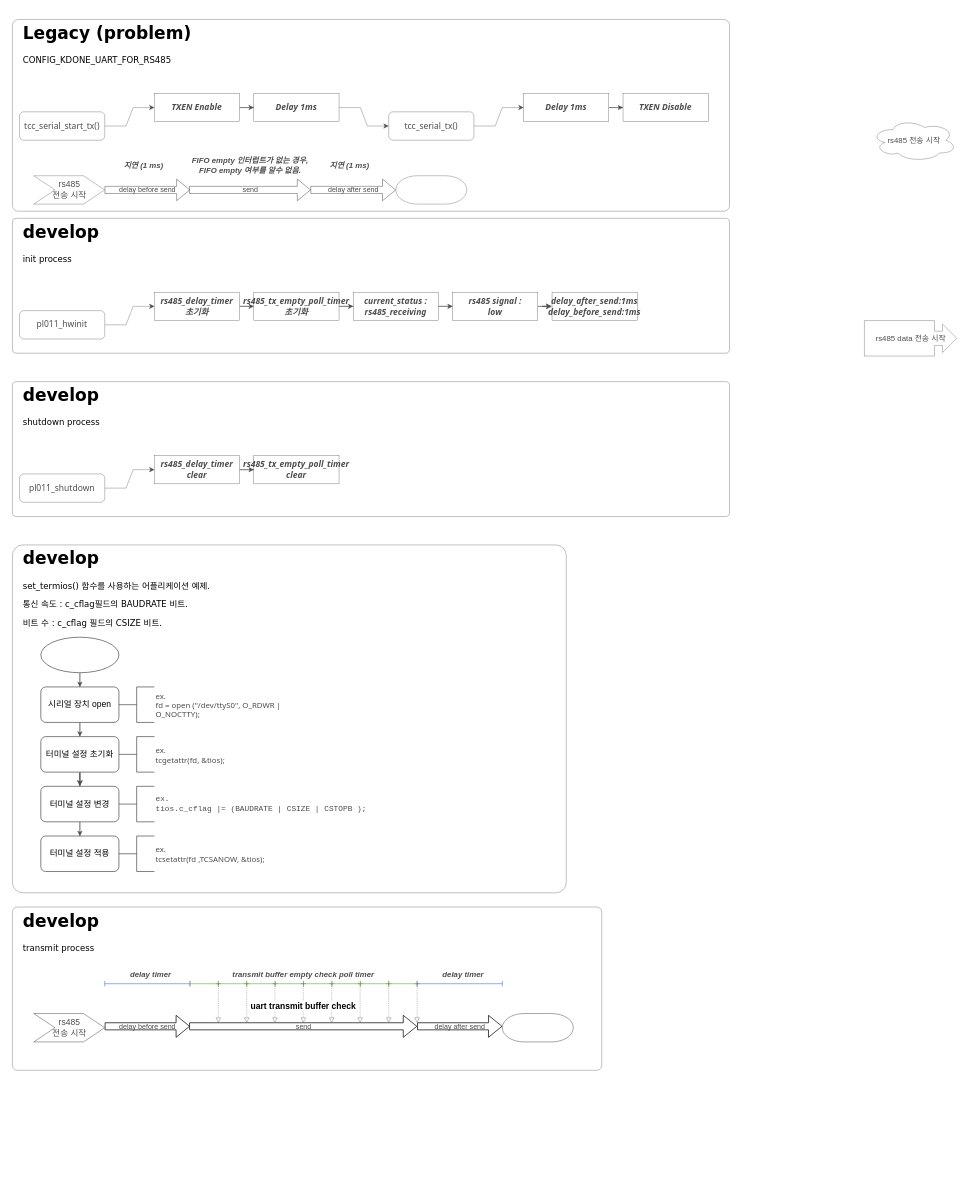
lchy0113/tcc_develop keeps this draw.io diagram as drawio/AMBA-PL011_RS485.drawio. Above is the earlier version. Source tidied: cells renumbered, new cells numbered last; positions are measured from the earlier drawing's top-left corner, leaving out a move shared by most shapes. Both pictures are drawn from the tidied source at 71%, with x=0, y=0 at pixel (12, 19).
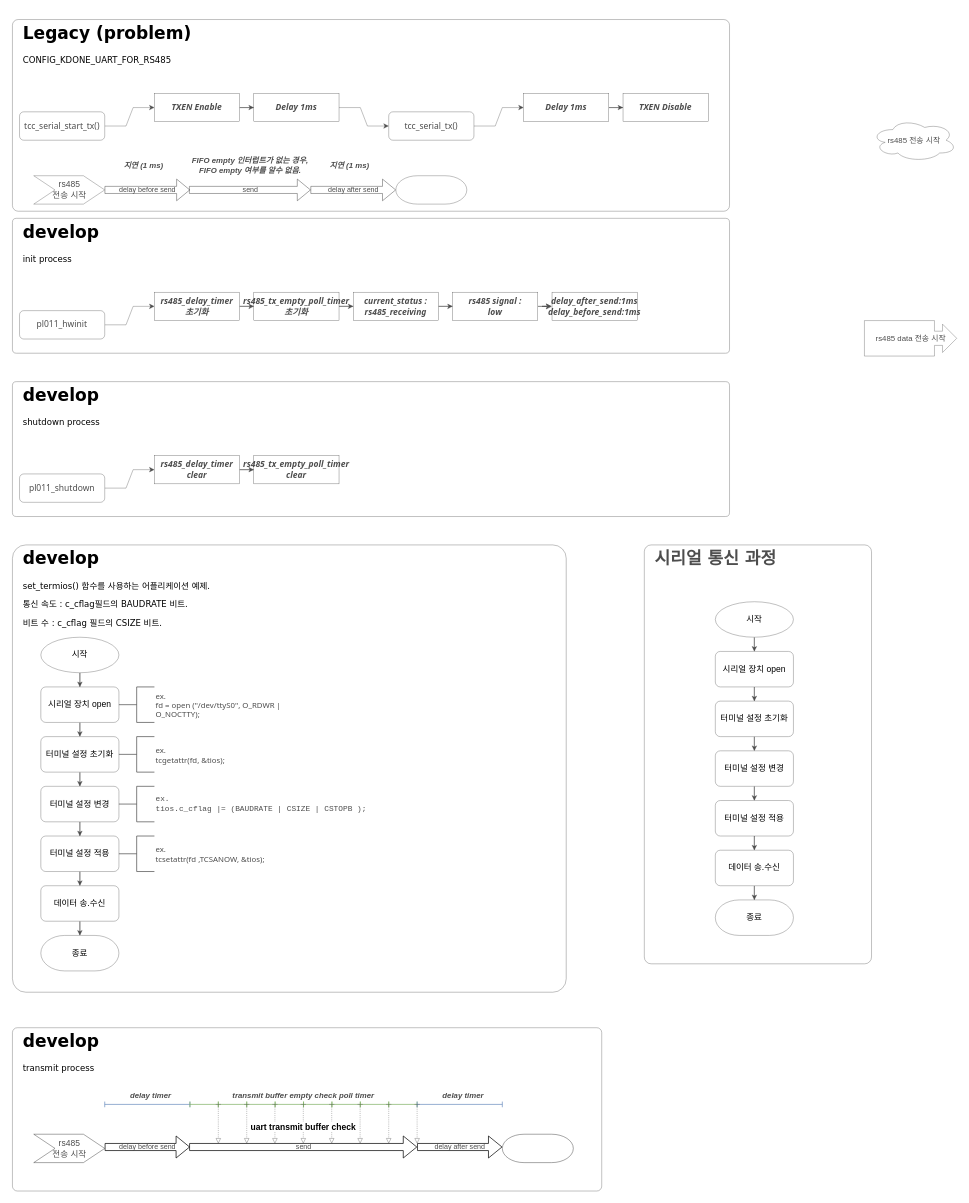
The same diagram, later.

What changed in the source:
```diff
@@
     <mxCell id="38" style="rounded=1;whiteSpace=wrap;html=1;arcSize=3;strokeWidth=0.5;strokeColor=#4D4D4D;" parent="1" vertex="1">
-      <mxGeometry y="740" width="780" height="490" as="geometry" />
+      <mxGeometry y="740" width="780" height="630" as="geometry" />
     </mxCell>
@@
-    <mxCell id="41" style="strokeWidth=1;html=1;shape=mxgraph.flowchart.start_1;whiteSpace=wrap;strokeColor=#4D4D4D;" parent="1" vertex="1">
+    <mxCell id="41" value="시작" style="strokeWidth=0.5;html=1;shape=mxgraph.flowchart.start_1;whiteSpace=wrap;strokeColor=#4D4D4D;" parent="1" vertex="1">
       <mxGeometry x="40" y="870" width="110" height="50" as="geometry" />
     </mxCell>
@@
-    <mxCell id="43" value="시리얼 장치 open" style="rounded=1;whiteSpace=wrap;html=1;absoluteArcSize=1;arcSize=14;strokeWidth=1;strokeColor=#4D4D4D;" parent="1" vertex="1">
+    <mxCell id="43" value="시리얼 장치 open" style="rounded=1;whiteSpace=wrap;html=1;absoluteArcSize=1;arcSize=14;strokeWidth=0.5;strokeColor=#4D4D4D;" parent="1" vertex="1">
       <mxGeometry x="40" y="940" width="110" height="50" as="geometry" />
     </mxCell>
-    <mxCell id="44" style="edgeStyle=orthogonalEdgeStyle;rounded=0;jettySize=auto;html=1;strokeColor=#4D4D4D;" parent="1" edge="1" source="45" target="51">
+    <mxCell id="44" style="edgeStyle=orthogonalEdgeStyle;rounded=0;jettySize=auto;html=1;strokeColor=#4D4D4D;strokeWidth=0.5;" parent="1" edge="1" source="45" target="51">
       <mxGeometry relative="1" as="geometry" />
     </mxCell>
-    <mxCell id="45" value="터미널 설정 초기화" style="rounded=1;whiteSpace=wrap;html=1;absoluteArcSize=1;arcSize=14;strokeWidth=1;strokeColor=#4D4D4D;" parent="1" vertex="1">
+    <mxCell id="45" value="터미널 설정 초기화" style="rounded=1;whiteSpace=wrap;html=1;absoluteArcSize=1;arcSize=14;strokeWidth=0.5;strokeColor=#4D4D4D;" parent="1" vertex="1">
       <mxGeometry x="40" y="1010" width="110" height="50" as="geometry" />
     </mxCell>
@@
-    <mxCell id="51" value="터미널 설정 변경" style="rounded=1;whiteSpace=wrap;html=1;absoluteArcSize=1;arcSize=14;strokeWidth=1;strokeColor=#4D4D4D;" parent="1" vertex="1">
+    <mxCell id="51" value="터미널 설정 변경" style="rounded=1;whiteSpace=wrap;html=1;absoluteArcSize=1;arcSize=14;strokeWidth=0.5;strokeColor=#4D4D4D;" parent="1" vertex="1">
       <mxGeometry x="40" y="1080" width="110" height="50" as="geometry" />
     </mxCell>
@@
+    <mxCell id="96" style="edgeStyle=orthogonalEdgeStyle;rounded=0;jettySize=auto;html=1;strokeColor=#4D4D4D;strokeWidth=0.5;" parent="1" edge="1" source="54" target="98">
+      <mxGeometry relative="1" as="geometry" />
+    </mxCell>
-    <mxCell id="54" value="터미널 설정 적용" style="rounded=1;whiteSpace=wrap;html=1;absoluteArcSize=1;arcSize=14;strokeWidth=1;strokeColor=#4D4D4D;" parent="1" vertex="1">
+    <mxCell id="54" value="터미널 설정 적용" style="rounded=1;whiteSpace=wrap;html=1;absoluteArcSize=1;arcSize=14;strokeWidth=0.5;strokeColor=#4D4D4D;" parent="1" vertex="1">
       <mxGeometry x="40" y="1150" width="110" height="50" as="geometry" />
     </mxCell>
@@
     <mxCell id="57" style="rounded=1;whiteSpace=wrap;html=1;arcSize=3;strokeWidth=0.5;strokeColor=#4D4D4D;" parent="1" vertex="1">
-      <mxGeometry y="1250" width="830" height="230" as="geometry" />
+      <mxGeometry y="1420" width="830" height="230" as="geometry" />
     </mxCell>
     <mxCell id="58" value="&lt;h1&gt;&lt;font face=&quot;Verdana&quot;&gt;develop&amp;nbsp;&lt;/font&gt;&lt;/h1&gt;&lt;p&gt;&lt;font face=&quot;Verdana&quot;&gt;transmit process&lt;/font&gt;&lt;/p&gt;" style="text;html=1;strokeColor=none;fillColor=none;spacing=5;spacingTop=-20;whiteSpace=wrap;overflow=hidden;rounded=0;" parent="1" vertex="1">
-      <mxGeometry x="10" y="1250" width="310" height="140" as="geometry" />
+      <mxGeometry x="10" y="1420" width="310" height="140" as="geometry" />
     </mxCell>
     <mxCell id="59" value="delay before send" style="shape=flexArrow;endArrow=classic;html=1;rounded=0;fontSize=10;labelBackgroundColor=none;fontColor=#4D4D4D;" parent="1" edge="1">
       <mxGeometry relative="1" as="geometry">
-        <mxPoint x="130" y="1418" as="sourcePoint" />
-        <mxPoint x="250" y="1418" as="targetPoint" />
+        <mxPoint x="130" y="1588" as="sourcePoint" />
+        <mxPoint x="250" y="1588" as="targetPoint" />
       </mxGeometry>
     </mxCell>
     <mxCell id="60" value="send" style="shape=flexArrow;endArrow=classic;html=1;rounded=0;fontSize=10;labelBackgroundColor=none;fontColor=#4D4D4D;" parent="1" edge="1">
       <mxGeometry relative="1" as="geometry">
-        <mxPoint x="249" y="1418" as="sourcePoint" />
-        <mxPoint x="570" y="1418" as="targetPoint" />
+        <mxPoint x="249" y="1588" as="sourcePoint" />
+        <mxPoint x="570" y="1588" as="targetPoint" />
       </mxGeometry>
     </mxCell>
     <mxCell id="61" value="delay after send" style="shape=flexArrow;endArrow=classic;html=1;rounded=0;fontSize=10;labelBackgroundColor=none;fontColor=#4D4D4D;" parent="1" edge="1">
       <mxGeometry relative="1" as="geometry">
-        <mxPoint x="570" y="1418" as="sourcePoint" />
-        <mxPoint x="690" y="1418" as="targetPoint" />
+        <mxPoint x="570" y="1588" as="sourcePoint" />
+        <mxPoint x="690" y="1588" as="targetPoint" />
       </mxGeometry>
     </mxCell>
     <mxCell id="62" style="endArrow=baseDash;startArrow=baseDash;html=1;rounded=0;fillColor=#dae8fc;strokeColor=#6c8ebf;startFill=0;endFill=0;" parent="1" edge="1">
       <mxGeometry relative="1" as="geometry">
-        <mxPoint x="130" y="1358" as="sourcePoint" />
-        <mxPoint x="250" y="1358" as="targetPoint" />
+        <mxPoint x="130" y="1528" as="sourcePoint" />
+        <mxPoint x="250" y="1528" as="targetPoint" />
       </mxGeometry>
     </mxCell>
     <mxCell id="63" style="endArrow=baseDash;startArrow=baseDash;html=1;rounded=0;fillColor=#d5e8d4;strokeColor=#82b366;startFill=0;endFill=0;" parent="1" edge="1">
       <mxGeometry y="20" relative="1" as="geometry">
-        <mxPoint x="250" y="1358" as="sourcePoint" />
-        <mxPoint x="290" y="1358" as="targetPoint" />
+        <mxPoint x="250" y="1528" as="sourcePoint" />
+        <mxPoint x="290" y="1528" as="targetPoint" />
       </mxGeometry>
     </mxCell>
     <mxCell id="64" style="endArrow=baseDash;startArrow=baseDash;html=1;rounded=0;fillColor=#d5e8d4;strokeColor=#82b366;startFill=0;endFill=0;" parent="1" edge="1">
       <mxGeometry y="20" relative="1" as="geometry">
-        <mxPoint x="290" y="1358" as="sourcePoint" />
-        <mxPoint x="330" y="1358" as="targetPoint" />
+        <mxPoint x="290" y="1528" as="sourcePoint" />
+        <mxPoint x="330" y="1528" as="targetPoint" />
       </mxGeometry>
     </mxCell>
     <mxCell id="65" style="endArrow=baseDash;startArrow=baseDash;html=1;rounded=0;fillColor=#d5e8d4;strokeColor=#82b366;startFill=0;endFill=0;" parent="1" edge="1">
       <mxGeometry y="20" relative="1" as="geometry">
-        <mxPoint x="330" y="1358" as="sourcePoint" />
-        <mxPoint x="370" y="1358" as="targetPoint" />
+        <mxPoint x="330" y="1528" as="sourcePoint" />
+        <mxPoint x="370" y="1528" as="targetPoint" />
       </mxGeometry>
     </mxCell>
     <mxCell id="66" style="endArrow=baseDash;startArrow=baseDash;html=1;rounded=0;fillColor=#d5e8d4;strokeColor=#82b366;startFill=0;endFill=0;" parent="1" edge="1">
       <mxGeometry y="20" relative="1" as="geometry">
-        <mxPoint x="370" y="1358" as="sourcePoint" />
-        <mxPoint x="410" y="1358" as="targetPoint" />
+        <mxPoint x="370" y="1528" as="sourcePoint" />
+        <mxPoint x="410" y="1528" as="targetPoint" />
       </mxGeometry>
     </mxCell>
     <mxCell id="67" style="endArrow=baseDash;startArrow=baseDash;html=1;rounded=0;fillColor=#d5e8d4;strokeColor=#82b366;startFill=0;endFill=0;" parent="1" edge="1">
       <mxGeometry y="20" relative="1" as="geometry">
-        <mxPoint x="410" y="1358" as="sourcePoint" />
-        <mxPoint x="450" y="1358" as="targetPoint" />
+        <mxPoint x="410" y="1528" as="sourcePoint" />
+        <mxPoint x="450" y="1528" as="targetPoint" />
       </mxGeometry>
     </mxCell>
     <mxCell id="68" style="endArrow=baseDash;startArrow=baseDash;html=1;rounded=0;fillColor=#d5e8d4;strokeColor=#82b366;startFill=0;endFill=0;" parent="1" edge="1">
       <mxGeometry y="20" relative="1" as="geometry">
-        <mxPoint x="450" y="1358" as="sourcePoint" />
-        <mxPoint x="490" y="1358" as="targetPoint" />
+        <mxPoint x="450" y="1528" as="sourcePoint" />
+        <mxPoint x="490" y="1528" as="targetPoint" />
       </mxGeometry>
     </mxCell>
     <mxCell id="69" style="endArrow=baseDash;startArrow=baseDash;html=1;rounded=0;fillColor=#d5e8d4;strokeColor=#82b366;startFill=0;endFill=0;" parent="1" edge="1">
       <mxGeometry y="20" relative="1" as="geometry">
-        <mxPoint x="490" y="1358" as="sourcePoint" />
-        <mxPoint x="530" y="1358" as="targetPoint" />
+        <mxPoint x="490" y="1528" as="sourcePoint" />
+        <mxPoint x="530" y="1528" as="targetPoint" />
       </mxGeometry>
     </mxCell>
     <mxCell id="70" style="endArrow=baseDash;startArrow=baseDash;html=1;rounded=0;fillColor=#d5e8d4;strokeColor=#82b366;startFill=0;endFill=0;" parent="1" edge="1">
       <mxGeometry y="20" relative="1" as="geometry">
-        <mxPoint x="530" y="1358" as="sourcePoint" />
-        <mxPoint x="570" y="1358" as="targetPoint" />
+        <mxPoint x="530" y="1528" as="sourcePoint" />
+        <mxPoint x="570" y="1528" as="targetPoint" />
       </mxGeometry>
     </mxCell>
     <mxCell id="71" value="delay timer" style="text;html=1;align=center;verticalAlign=middle;whiteSpace=wrap;rounded=0;fontSize=11;fontColor=#4D4D4D;fontStyle=3;labelBackgroundColor=none;labelBorderColor=none;" parent="1" vertex="1">
-      <mxGeometry x="150" y="1330" width="90" height="30" as="geometry" />
+      <mxGeometry x="150" y="1500" width="90" height="30" as="geometry" />
     </mxCell>
     <mxCell id="72" style="endArrow=baseDash;startArrow=baseDash;html=1;rounded=0;fillColor=#dae8fc;strokeColor=#6c8ebf;startFill=0;endFill=0;" parent="1" edge="1">
       <mxGeometry relative="1" as="geometry">
-        <mxPoint x="570" y="1358" as="sourcePoint" />
-        <mxPoint x="690" y="1358" as="targetPoint" />
+        <mxPoint x="570" y="1528" as="sourcePoint" />
+        <mxPoint x="690" y="1528" as="targetPoint" />
       </mxGeometry>
     </mxCell>
     <mxCell id="73" value="delay timer" style="text;html=1;align=center;verticalAlign=middle;whiteSpace=wrap;rounded=0;fontSize=11;fontColor=#4D4D4D;fontStyle=3;labelBackgroundColor=none;labelBorderColor=none;" parent="1" vertex="1">
-      <mxGeometry x="590" y="1330" width="90" height="30" as="geometry" />
+      <mxGeometry x="590" y="1500" width="90" height="30" as="geometry" />
     </mxCell>
     <mxCell id="74" value="transmit buffer empty check poll timer" style="text;html=1;align=center;verticalAlign=middle;whiteSpace=wrap;rounded=0;fontSize=11;fontColor=#4D4D4D;fontStyle=3;labelBackgroundColor=none;labelBorderColor=none;" parent="1" vertex="1">
-      <mxGeometry x="260" y="1330" width="300" height="30" as="geometry" />
+      <mxGeometry x="260" y="1500" width="300" height="30" as="geometry" />
     </mxCell>
     <mxCell id="75" style="endArrow=block;startArrow=baseDash;html=1;rounded=0;fillColor=#d5e8d4;strokeColor=#4D4D4D;startFill=0;endFill=0;dashed=1;strokeWidth=0.5;labelBorderColor=none;" parent="1" edge="1">
       <mxGeometry y="20" relative="1" as="geometry">
-        <mxPoint x="290" y="1358" as="sourcePoint" />
-        <mxPoint x="290" y="1413" as="targetPoint" />
+        <mxPoint x="290" y="1528" as="sourcePoint" />
+        <mxPoint x="290" y="1583" as="targetPoint" />
       </mxGeometry>
     </mxCell>
     <mxCell id="76" style="endArrow=block;startArrow=baseDash;html=1;rounded=0;fillColor=#d5e8d4;strokeColor=#4D4D4D;startFill=0;endFill=0;dashed=1;strokeWidth=0.5;labelBorderColor=none;" parent="1" edge="1">
       <mxGeometry y="20" relative="1" as="geometry">
-        <mxPoint x="330" y="1358" as="sourcePoint" />
-        <mxPoint x="330" y="1413" as="targetPoint" />
+        <mxPoint x="330" y="1528" as="sourcePoint" />
+        <mxPoint x="330" y="1583" as="targetPoint" />
       </mxGeometry>
     </mxCell>
     <mxCell id="77" style="endArrow=block;startArrow=baseDash;html=1;rounded=0;fillColor=#d5e8d4;strokeColor=#4D4D4D;startFill=0;endFill=0;dashed=1;strokeWidth=0.5;labelBorderColor=none;" parent="1" edge="1">
       <mxGeometry y="20" relative="1" as="geometry">
-        <mxPoint x="369.7" y="1358" as="sourcePoint" />
-        <mxPoint x="369.7" y="1413" as="targetPoint" />
+        <mxPoint x="369.7" y="1528" as="sourcePoint" />
+        <mxPoint x="369.7" y="1583" as="targetPoint" />
       </mxGeometry>
     </mxCell>
     <mxCell id="78" style="endArrow=block;startArrow=baseDash;html=1;rounded=0;fillColor=#d5e8d4;strokeColor=#4D4D4D;startFill=0;endFill=0;dashed=1;strokeWidth=0.5;labelBorderColor=none;" parent="1" edge="1">
       <mxGeometry y="20" relative="1" as="geometry">
-        <mxPoint x="409.7" y="1358" as="sourcePoint" />
-        <mxPoint x="409.7" y="1413" as="targetPoint" />
+        <mxPoint x="409.7" y="1528" as="sourcePoint" />
+        <mxPoint x="409.7" y="1583" as="targetPoint" />
       </mxGeometry>
     </mxCell>
     <mxCell id="79" style="endArrow=block;startArrow=baseDash;html=1;rounded=0;fillColor=#d5e8d4;strokeColor=#4D4D4D;startFill=0;endFill=0;dashed=1;strokeWidth=0.5;labelBorderColor=none;" parent="1" edge="1">
       <mxGeometry y="20" relative="1" as="geometry">
-        <mxPoint x="449.7" y="1358" as="sourcePoint" />
-        <mxPoint x="449.7" y="1413" as="targetPoint" />
+        <mxPoint x="449.7" y="1528" as="sourcePoint" />
+        <mxPoint x="449.7" y="1583" as="targetPoint" />
       </mxGeometry>
     </mxCell>
     <mxCell id="80" style="endArrow=block;startArrow=baseDash;html=1;rounded=0;fillColor=#d5e8d4;strokeColor=#4D4D4D;startFill=0;endFill=0;dashed=1;strokeWidth=0.5;labelBorderColor=none;" parent="1" edge="1">
       <mxGeometry y="20" relative="1" as="geometry">
-        <mxPoint x="489.7" y="1358" as="sourcePoint" />
-        <mxPoint x="489.7" y="1413" as="targetPoint" />
+        <mxPoint x="489.7" y="1528" as="sourcePoint" />
+        <mxPoint x="489.7" y="1583" as="targetPoint" />
       </mxGeometry>
     </mxCell>
     <mxCell id="81" style="endArrow=block;startArrow=baseDash;html=1;rounded=0;fillColor=#d5e8d4;strokeColor=#4D4D4D;startFill=0;endFill=0;dashed=1;strokeWidth=0.5;labelBorderColor=none;" parent="1" edge="1">
       <mxGeometry y="20" relative="1" as="geometry">
-        <mxPoint x="530" y="1358" as="sourcePoint" />
-        <mxPoint x="530" y="1413" as="targetPoint" />
+        <mxPoint x="530" y="1528" as="sourcePoint" />
+        <mxPoint x="530" y="1583" as="targetPoint" />
       </mxGeometry>
     </mxCell>
     <mxCell id="82" style="endArrow=block;startArrow=baseDash;html=1;rounded=0;fillColor=#d5e8d4;strokeColor=#4D4D4D;startFill=0;endFill=0;dashed=1;strokeWidth=0.5;labelBorderColor=none;" parent="1" edge="1">
       <mxGeometry y="20" relative="1" as="geometry">
-        <mxPoint x="570" y="1358" as="sourcePoint" />
-        <mxPoint x="570" y="1413" as="targetPoint" />
+        <mxPoint x="570" y="1528" as="sourcePoint" />
+        <mxPoint x="570" y="1583" as="targetPoint" />
       </mxGeometry>
     </mxCell>
     <mxCell id="83" value="&lt;b style=&quot;background-color: rgb(255, 255, 255);&quot;&gt;uart transmit buffer check&lt;/b&gt;" style="text;html=1;strokeColor=none;fillColor=none;align=center;verticalAlign=middle;whiteSpace=wrap;rounded=0;" parent="1" vertex="1">
-      <mxGeometry x="330" y="1375" width="160" height="30" as="geometry" />
+      <mxGeometry x="330" y="1545" width="160" height="30" as="geometry" />
     </mxCell>
@@
     <mxCell id="94" value="rs485 &lt;br&gt;전송 시작" style="html=1;shadow=0;dashed=0;align=center;verticalAlign=middle;shape=mxgraph.arrows2.arrow;dy=0;dx=30;notch=30;strokeColor=#000000;strokeWidth=0.5;fontColor=#4D4D4D;" parent="1" vertex="1">
-      <mxGeometry x="30" y="1400" width="100" height="40" as="geometry" />
+      <mxGeometry x="30" y="1570" width="100" height="40" as="geometry" />
     </mxCell>
     <mxCell id="95" style="strokeWidth=0.5;html=1;shape=mxgraph.flowchart.terminator;whiteSpace=wrap;fontColor=#4D4D4D;strokeColor=#000000;" parent="1" vertex="1">
-      <mxGeometry x="690" y="1400" width="100" height="40" as="geometry" />
+      <mxGeometry x="690" y="1570" width="100" height="40" as="geometry" />
     </mxCell>
+    <mxCell id="97" style="edgeStyle=orthogonalEdgeStyle;rounded=0;jettySize=auto;html=1;strokeWidth=0.5;strokeColor=#4D4D4D;" parent="1" edge="1" source="98" target="99">
+      <mxGeometry relative="1" as="geometry" />
+    </mxCell>
+    <mxCell id="98" value="데이터 송.수신" style="rounded=1;whiteSpace=wrap;html=1;absoluteArcSize=1;arcSize=14;strokeWidth=0.5;strokeColor=#4D4D4D;" parent="1" vertex="1">
+      <mxGeometry x="40" y="1220" width="110" height="50" as="geometry" />
+    </mxCell>
+    <mxCell id="99" value="종료" style="strokeWidth=0.5;html=1;shape=mxgraph.flowchart.terminator;whiteSpace=wrap;strokeColor=#4D4D4D;" parent="1" vertex="1">
+      <mxGeometry x="40" y="1290" width="110" height="50" as="geometry" />
+    </mxCell>
+    <mxCell id="100" style="rounded=1;whiteSpace=wrap;html=1;arcSize=3;strokeWidth=0.5;strokeColor=#4D4D4D;" parent="1" vertex="1">
+      <mxGeometry x="890" y="740" width="320" height="590" as="geometry" />
+    </mxCell>
+    <mxCell id="101" value="&lt;h1&gt;&lt;font face=&quot;Verdana&quot;&gt;시리얼 통신 과정&lt;/font&gt;&lt;/h1&gt;" style="text;html=1;strokeColor=none;fillColor=none;spacing=5;spacingTop=-20;whiteSpace=wrap;overflow=hidden;rounded=0;fontColor=#4D4D4D;" parent="1" vertex="1">
+      <mxGeometry x="900" y="740" width="310" height="60" as="geometry" />
+    </mxCell>
+    <mxCell id="102" style="edgeStyle=orthogonalEdgeStyle;rounded=0;jettySize=auto;html=1;strokeColor=#4D4D4D;strokeWidth=0.5;" parent="1" edge="1" source="103" target="105">
+      <mxGeometry relative="1" as="geometry" />
+    </mxCell>
+    <mxCell id="103" value="시작" style="strokeWidth=0.5;html=1;shape=mxgraph.flowchart.start_1;whiteSpace=wrap;strokeColor=#4D4D4D;" parent="1" vertex="1">
+      <mxGeometry x="990" y="820" width="110" height="50" as="geometry" />
+    </mxCell>
+    <mxCell id="104" style="edgeStyle=orthogonalEdgeStyle;rounded=0;jettySize=auto;html=1;strokeColor=#4D4D4D;strokeWidth=0.5;" parent="1" edge="1" source="105" target="107">
+      <mxGeometry relative="1" as="geometry" />
+    </mxCell>
+    <mxCell id="105" value="시리얼 장치 open" style="rounded=1;whiteSpace=wrap;html=1;absoluteArcSize=1;arcSize=14;strokeWidth=0.5;strokeColor=#4D4D4D;" parent="1" vertex="1">
+      <mxGeometry x="990" y="890" width="110" height="50" as="geometry" />
+    </mxCell>
+    <mxCell id="106" style="edgeStyle=orthogonalEdgeStyle;rounded=0;jettySize=auto;html=1;strokeColor=#4D4D4D;strokeWidth=0.5;" parent="1" edge="1" source="107" target="109">
+      <mxGeometry relative="1" as="geometry" />
+    </mxCell>
+    <mxCell id="107" value="터미널 설정 초기화" style="rounded=1;whiteSpace=wrap;html=1;absoluteArcSize=1;arcSize=14;strokeWidth=0.5;strokeColor=#4D4D4D;" parent="1" vertex="1">
+      <mxGeometry x="990" y="960" width="110" height="50" as="geometry" />
+    </mxCell>
+    <mxCell id="108" style="edgeStyle=orthogonalEdgeStyle;rounded=0;jettySize=auto;html=1;entryX=0.5;entryY=0;entryDx=0;entryDy=0;strokeColor=#4D4D4D;strokeWidth=0.5;" parent="1" edge="1" source="109" target="111">
+      <mxGeometry relative="1" as="geometry" />
+    </mxCell>
+    <mxCell id="109" value="터미널 설정 변경" style="rounded=1;whiteSpace=wrap;html=1;absoluteArcSize=1;arcSize=14;strokeWidth=0.5;strokeColor=#4D4D4D;" parent="1" vertex="1">
+      <mxGeometry x="990" y="1030" width="110" height="50" as="geometry" />
+    </mxCell>
+    <mxCell id="110" style="edgeStyle=orthogonalEdgeStyle;rounded=0;jettySize=auto;html=1;strokeColor=#4D4D4D;strokeWidth=0.5;" parent="1" edge="1" source="111" target="113">
+      <mxGeometry relative="1" as="geometry" />
+    </mxCell>
+    <mxCell id="111" value="터미널 설정 적용" style="rounded=1;whiteSpace=wrap;html=1;absoluteArcSize=1;arcSize=14;strokeWidth=0.5;strokeColor=#4D4D4D;" parent="1" vertex="1">
+      <mxGeometry x="990" y="1100" width="110" height="50" as="geometry" />
+    </mxCell>
+    <mxCell id="112" style="edgeStyle=orthogonalEdgeStyle;rounded=0;jettySize=auto;html=1;strokeWidth=0.5;strokeColor=#4D4D4D;" parent="1" edge="1" source="113" target="114">
+      <mxGeometry relative="1" as="geometry" />
+    </mxCell>
+    <mxCell id="113" value="데이터 송.수신" style="rounded=1;whiteSpace=wrap;html=1;absoluteArcSize=1;arcSize=14;strokeWidth=0.5;strokeColor=#4D4D4D;" parent="1" vertex="1">
+      <mxGeometry x="990" y="1170" width="110" height="50" as="geometry" />
+    </mxCell>
+    <mxCell id="114" value="종료" style="strokeWidth=0.5;html=1;shape=mxgraph.flowchart.terminator;whiteSpace=wrap;strokeColor=#4D4D4D;" parent="1" vertex="1">
+      <mxGeometry x="990" y="1240" width="110" height="50" as="geometry" />
+    </mxCell>
```
